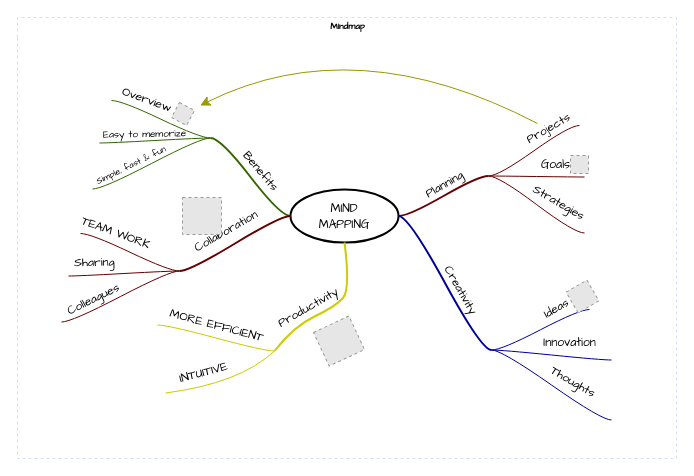
This is Diagrama sem nome.drawio from VDocean/QA-Conceitos, a draw.io file, before an edit. Source tidied: cells renumbered, new cells numbered last; positions are measured from the earlier drawing's top-left corner, leaving out a move shared by most shapes. Both pictures are drawn from the tidied source at 100%, with x=0, y=0 at pixel (17, 17). Pictures stored in the file or linked from it are replaced by grey dashed boxes.
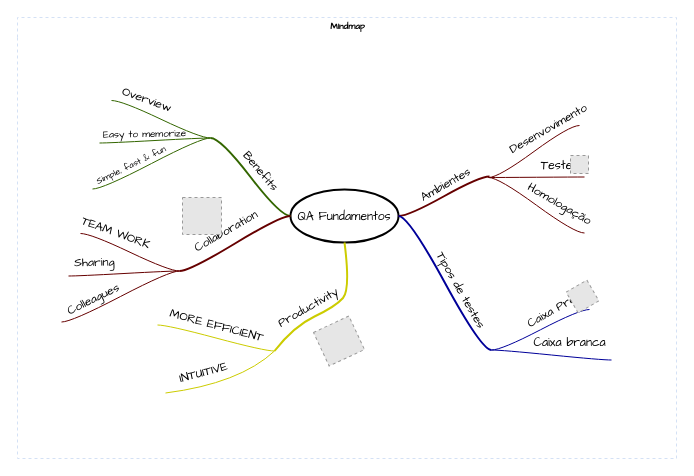
After the change.

Commit message:
Mapa Mental Fundamentos QA.drawio

The change refers to these unchanged cells:
```xml
<mxCell id="2" value="Mindmap" style="swimlane;html=1;startSize=20;horizontal=1;containerType=tree;labelBackgroundColor=none;strokeColor=#D4E1F5;strokeWidth=1;fillColor=none;fontFamily=Comic Sans MS;fontSize=9;swimlaneLine=0;dashed=1;" parent="1" vertex="1">
  <mxGeometry width="659" height="441" as="geometry" />
</mxCell>
<mxCell id="8" style="edgeStyle=entityRelationEdgeStyle;startArrow=none;endArrow=none;segment=10;curved=1;strokeColor=#660000;rounded=0;fontSize=12;startSize=8;endSize=8;" parent="2" edge="1" source="4" target="7">
  <mxGeometry relative="1" as="geometry" />
</mxCell>
<mxCell id="11" style="edgeStyle=entityRelationEdgeStyle;startArrow=none;endArrow=none;segment=10;curved=1;strokeColor=#660000;rounded=0;fontSize=12;startSize=8;endSize=8;" parent="2" edge="1" source="4" target="10">
  <mxGeometry relative="1" as="geometry" />
</mxCell>
<mxCell id="14" style="edgeStyle=entityRelationEdgeStyle;startArrow=none;endArrow=none;segment=10;curved=1;strokeColor=#660000;rounded=0;fontSize=12;startSize=8;endSize=8;" parent="2" edge="1" source="4" target="13">
  <mxGeometry relative="1" as="geometry" />
</mxCell>
<mxCell id="16" style="whiteSpace=wrap;html=1;rounded=1;arcSize=50;align=center;verticalAlign=middle;strokeWidth=1;spacing=4;" parent="2" vertex="1">
  <mxGeometry x="474" y="332" height="1" as="geometry" />
</mxCell>
<mxCell id="17" style="edgeStyle=entityRelationEdgeStyle;startArrow=none;endArrow=none;segment=10;curved=1;strokeWidth=2;strokeColor=#000099;rounded=0;fontSize=12;startSize=8;endSize=8;" parent="2" edge="1" source="3" target="16">
  <mxGeometry relative="1" as="geometry" />
</mxCell>
<mxCell id="20" style="edgeStyle=entityRelationEdgeStyle;startArrow=none;endArrow=none;segment=10;curved=1;strokeColor=#000099;rounded=0;fontSize=12;startSize=8;endSize=8;" parent="2" edge="1" source="16" target="19">
  <mxGeometry relative="1" as="geometry" />
</mxCell>
<mxCell id="23" style="edgeStyle=entityRelationEdgeStyle;startArrow=none;endArrow=none;segment=10;curved=1;strokeColor=#000099;rounded=0;fontSize=12;startSize=8;endSize=8;" parent="2" edge="1" source="16" target="22">
  <mxGeometry relative="1" as="geometry" />
</mxCell>
<mxCell id="32" style="whiteSpace=wrap;html=1;rounded=1;arcSize=50;align=center;verticalAlign=middle;strokeWidth=1;spacing=4;" parent="2" vertex="1">
  <mxGeometry x="193" y="120" height="1" as="geometry" />
</mxCell>
```

What changed in the source:
```diff
@@
-    <mxCell id="3" value="&lt;font face=&quot;Comic Sans MS&quot;&gt;MIND&lt;br&gt;MAPPING&lt;/font&gt;" style="ellipse;whiteSpace=wrap;html=1;align=center;strokeWidth=2;" parent="2" vertex="1">
+    <mxCell id="3" value="&lt;font face=&quot;Comic Sans MS&quot;&gt;QA Fundamentos&lt;/font&gt;" style="ellipse;whiteSpace=wrap;html=1;align=center;strokeWidth=2;" parent="2" vertex="1">
       <mxGeometry x="273" y="172" width="108" height="53" as="geometry" />
     </mxCell>
     <mxCell id="4" style="whiteSpace=wrap;html=1;rounded=1;arcSize=50;align=center;verticalAlign=middle;strokeWidth=1;spacing=4;" parent="2" vertex="1">
-      <mxGeometry x="471" y="158" height="1" as="geometry" />
+      <mxGeometry x="471" y="159" height="2" as="geometry" />
     </mxCell>
-    <mxCell id="5" style="edgeStyle=entityRelationEdgeStyle;startArrow=none;endArrow=none;segment=10;curved=1;strokeWidth=2;strokeColor=#660000;rounded=0;fontSize=12;startSize=8;endSize=8;" parent="2" edge="1" source="3" target="4">
-      <mxGeometry relative="1" as="geometry" />
+    <mxCell id="5" style="edgeStyle=entityRelationEdgeStyle;startArrow=none;endArrow=none;segment=10;curved=1;strokeWidth=2;strokeColor=#660000;rounded=0;fontSize=12;startSize=8;endSize=8;" parent="2" edge="1" source="3">
+      <mxGeometry relative="1" as="geometry">
+        <mxPoint x="472" y="159" as="targetPoint" />
+      </mxGeometry>
     </mxCell>
-    <mxCell id="6" value="Planning" style="text;html=1;align=center;verticalAlign=middle;labelBackgroundColor=none;rotation=-30;fontFamily=Comic Sans MS;" parent="5" vertex="1">
+    <mxCell id="6" value="Ambientes" style="text;html=1;align=center;verticalAlign=middle;labelBackgroundColor=none;rotation=-30;fontFamily=Comic Sans MS;" parent="5" vertex="1">
       <mxGeometry x="0.02" y="2" relative="1" as="geometry">
         <mxPoint x="1" y="-9" as="offset" />
       </mxGeometry>
     </mxCell>
@@
-    <mxCell id="9" value="Projects" style="text;html=1;points=[];align=center;verticalAlign=middle;labelBackgroundColor=none;fontFamily=Comic Sans MS;rotation=-30;" parent="8" vertex="1">
+    <mxCell id="9" value="Desenvovimento" style="text;html=1;points=[];align=center;verticalAlign=middle;labelBackgroundColor=none;fontFamily=Comic Sans MS;rotation=-30;" parent="8" vertex="1">
       <mxGeometry x="0.26" relative="1" as="geometry">
         <mxPoint x="3" y="-14" as="offset" />
       </mxGeometry>
     </mxCell>
@@
-    <mxCell id="12" value="Goals" style="text;html=1;align=center;verticalAlign=middle;labelBackgroundColor=none;fontFamily=Comic Sans MS;rotation=0;" parent="11" vertex="1">
+    <mxCell id="12" value="Teste" style="text;html=1;align=center;verticalAlign=middle;labelBackgroundColor=none;fontFamily=Comic Sans MS;rotation=0;" parent="11" vertex="1">
       <mxGeometry x="-0.11" y="-1" relative="1" as="geometry">
         <mxPoint x="24" y="-12" as="offset" />
       </mxGeometry>
     </mxCell>
@@
-    <mxCell id="15" value="Strategies" style="text;html=1;align=center;verticalAlign=middle;labelBackgroundColor=none;fontFamily=Comic Sans MS;rotation=30;" parent="14" vertex="1">
+    <mxCell id="15" value="Homologação" style="text;html=1;align=center;verticalAlign=middle;labelBackgroundColor=none;fontFamily=Comic Sans MS;rotation=30;" parent="14" vertex="1">
       <mxGeometry x="-0.11" y="-1" relative="1" as="geometry">
         <mxPoint x="28" y="1" as="offset" />
       </mxGeometry>
     </mxCell>
@@
-    <mxCell id="18" value="Creativity" style="text;html=1;align=center;verticalAlign=middle;labelBackgroundColor=none;rotation=60;fontFamily=Comic Sans MS;" parent="17" vertex="1">
+    <mxCell id="18" value="Tipos de testes" style="text;html=1;align=center;verticalAlign=middle;labelBackgroundColor=none;rotation=60;fontFamily=Comic Sans MS;" parent="17" vertex="1">
       <mxGeometry x="0.02" y="2" relative="1" as="geometry">
         <mxPoint x="13" y="6" as="offset" />
       </mxGeometry>
     </mxCell>
@@
-    <mxCell id="21" value="Ideas" style="text;html=1;align=center;verticalAlign=middle;labelBackgroundColor=none;fontFamily=Comic Sans MS;rotation=-30;" parent="20" vertex="1">
+    <mxCell id="21" value="Caixa Preta" style="text;html=1;align=center;verticalAlign=middle;labelBackgroundColor=none;fontFamily=Comic Sans MS;rotation=-30;" parent="20" vertex="1">
       <mxGeometry x="0.26" relative="1" as="geometry">
         <mxPoint x="3" y="-14" as="offset" />
       </mxGeometry>
     </mxCell>
@@
-    <mxCell id="24" value="Innovation" style="text;html=1;align=center;verticalAlign=middle;labelBackgroundColor=none;fontFamily=Comic Sans MS;rotation=0;" parent="23" vertex="1">
+    <mxCell id="24" value="Caixa branca" style="text;html=1;align=center;verticalAlign=middle;labelBackgroundColor=none;fontFamily=Comic Sans MS;rotation=0;" parent="23" vertex="1">
       <mxGeometry x="-0.11" y="-1" relative="1" as="geometry">
         <mxPoint x="24" y="-12" as="offset" />
       </mxGeometry>
     </mxCell>
-    <mxCell id="25" style="whiteSpace=wrap;html=1;rounded=1;arcSize=50;align=center;verticalAlign=middle;strokeWidth=1;spacing=4;" parent="2" vertex="1">
-      <mxGeometry x="594" y="402" height="1" as="geometry" />
-    </mxCell>
-    <mxCell id="26" style="edgeStyle=entityRelationEdgeStyle;startArrow=none;endArrow=none;segment=10;curved=1;strokeColor=#000099;rounded=0;fontSize=12;startSize=8;endSize=8;" parent="2" edge="1" source="16" target="25">
-      <mxGeometry relative="1" as="geometry" />
-    </mxCell>
-    <mxCell id="27" value="Thoughts" style="text;html=1;align=center;verticalAlign=middle;labelBackgroundColor=none;fontFamily=Comic Sans MS;rotation=30;" parent="26" vertex="1">
-      <mxGeometry x="-0.11" y="-1" relative="1" as="geometry">
-        <mxPoint x="28" y="1" as="offset" />
-      </mxGeometry>
-    </mxCell>
@@
-    <mxCell id="44" style="fillColor=#E6E6E6;strokeColor=#999999;dashed=1;html=1;verticalAlign=top;verticalLabelPosition=bottom;labelBackgroundColor=#ffffff;fontFamily=Comic Sans MS;fontSize=10;rotation=28;" parent="2" vertex="1">
-      <mxGeometry x="157" y="88" width="17" height="17" as="geometry" />
-    </mxCell>
-    <mxCell id="45" style="endArrow=classic;html=1;curved=1;sourcePerimeterSpacing=10;strokeColor=#999900;targetPerimeterSpacing=7;rounded=0;fontSize=12;startSize=8;endSize=8;" parent="2" edge="1" source="9" target="44">
-      <mxGeometry relative="1" as="geometry">
-        <Array as="points">
-          <mxPoint x="338" y="11" />
-        </Array>
-      </mxGeometry>
-    </mxCell>
-    <mxCell id="46" style="jumpStyle=arc;html=1;endArrow=classicThin;endFill=1;jettySize=auto;strokeColor=none;strokeWidth=2;fontFamily=Comic Sans MS;fontSize=10;rounded=0;startSize=8;endSize=8;curved=1;" parent="2" edge="1" source="32" target="44">
-      <mxGeometry relative="1" as="geometry" />
+    <mxCell id="46" style="jumpStyle=arc;html=1;endArrow=classicThin;endFill=1;jettySize=auto;strokeColor=none;strokeWidth=2;fontFamily=Comic Sans MS;fontSize=10;rounded=0;startSize=8;endSize=8;curved=1;" parent="2" edge="1" source="32">
+      <mxGeometry relative="1" as="geometry">
+        <mxPoint x="172.1" y="102.2" as="targetPoint" />
+      </mxGeometry>
     </mxCell>
```
